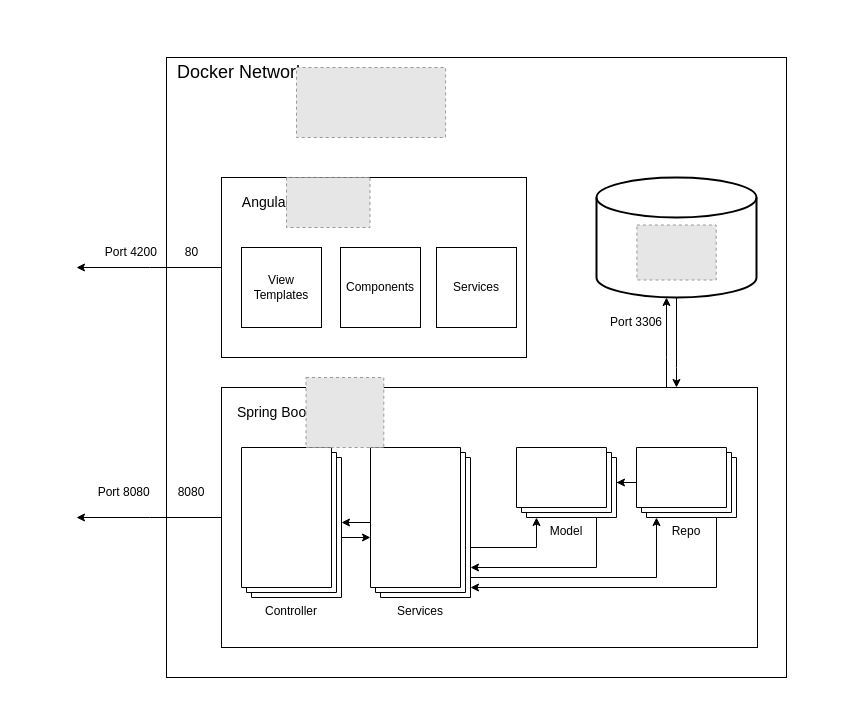
This is docs/resources/src/SystemOverview.drawio from Golo300/Kantinerado, a draw.io file, before an edit. Source tidied: cells renumbered, new cells numbered last; positions are measured from the earlier drawing's top-left corner, leaving out a move shared by most shapes. Both pictures are drawn from the tidied source at 100%, with x=0, y=0 at pixel (76, 57). Pictures stored in the file or linked from it are replaced by grey dashed boxes.
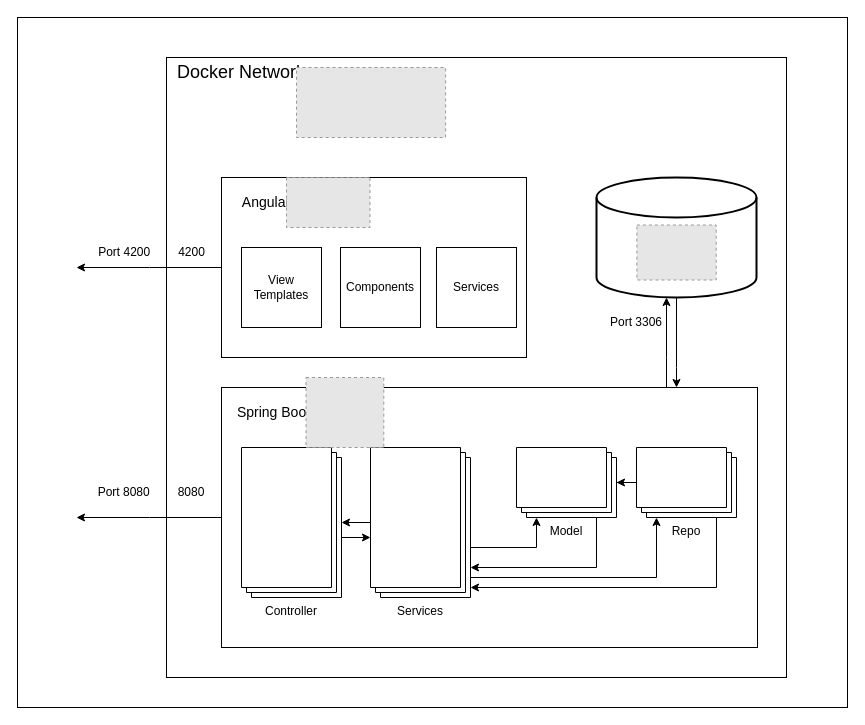
After the change.

The edit, as a diff of the source:
```diff
@@
+    <mxCell id="34" style="rounded=0;whiteSpace=wrap;html=1;" parent="1" vertex="1">
+      <mxGeometry x="-59" y="-40" width="830" height="690" as="geometry" />
+    </mxCell>
@@
-    <mxCell id="30" value="Port 4200&lt;span style=&quot;white-space: pre;&quot;&gt;&#9;&lt;/span&gt;80" style="text;html=1;strokeColor=none;fillColor=none;align=center;verticalAlign=middle;whiteSpace=wrap;rounded=0;" parent="1" vertex="1">
+    <mxCell id="30" value="Port 4200&lt;span style=&quot;white-space: pre;&quot;&gt;&#9;&lt;/span&gt;4200" style="text;html=1;strokeColor=none;fillColor=none;align=center;verticalAlign=middle;whiteSpace=wrap;rounded=0;" parent="1" vertex="1">
       <mxGeometry x="20" y="180" width="111" height="30" as="geometry" />
     </mxCell>
```
